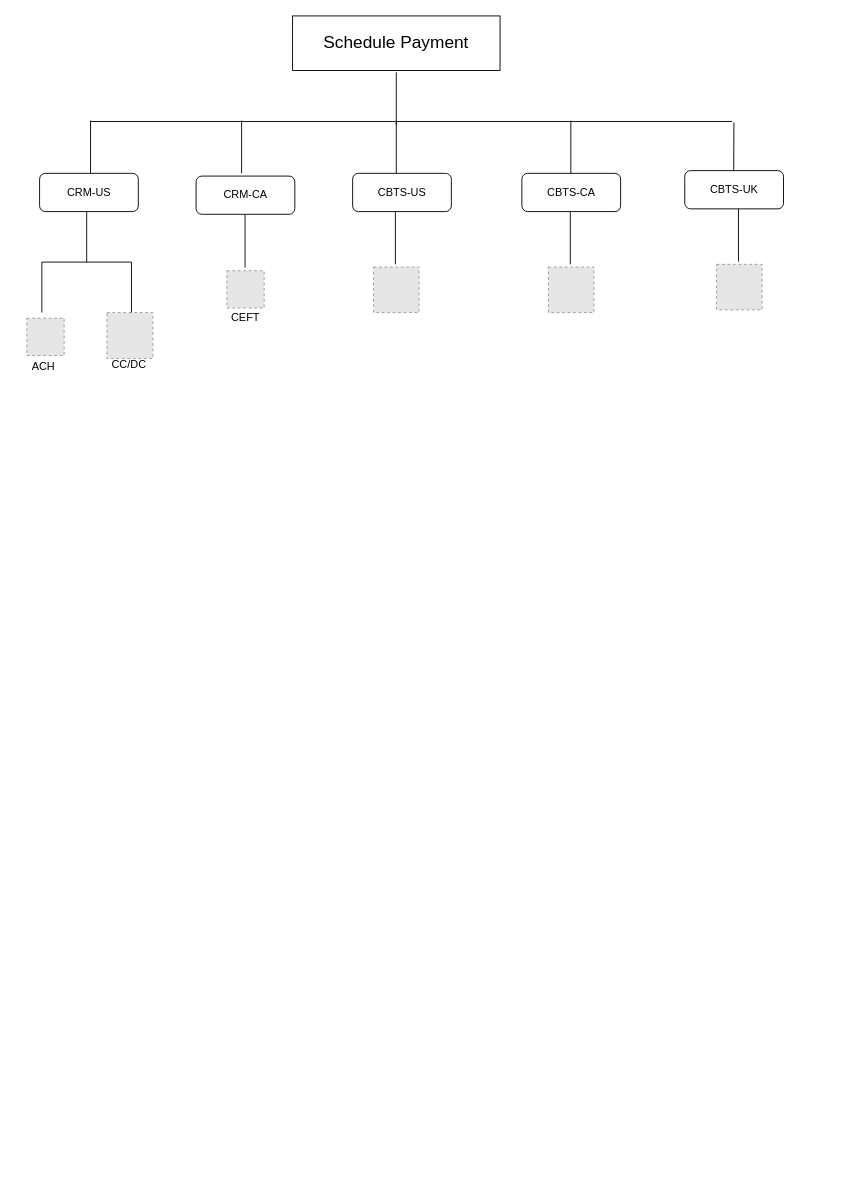
Above: SchedulePayment.drawio in DeepakSagare/Deisgn (draw.io), before the change. Source tidied: cells renumbered, new cells numbered last; positions are measured from the earlier drawing's top-left corner, leaving out a move shared by most shapes. Both pictures are drawn from the tidied source at 91%, with x=0, y=0 at pixel (26, 15). Pictures stored in the file or linked from it are replaced by grey dashed boxes.
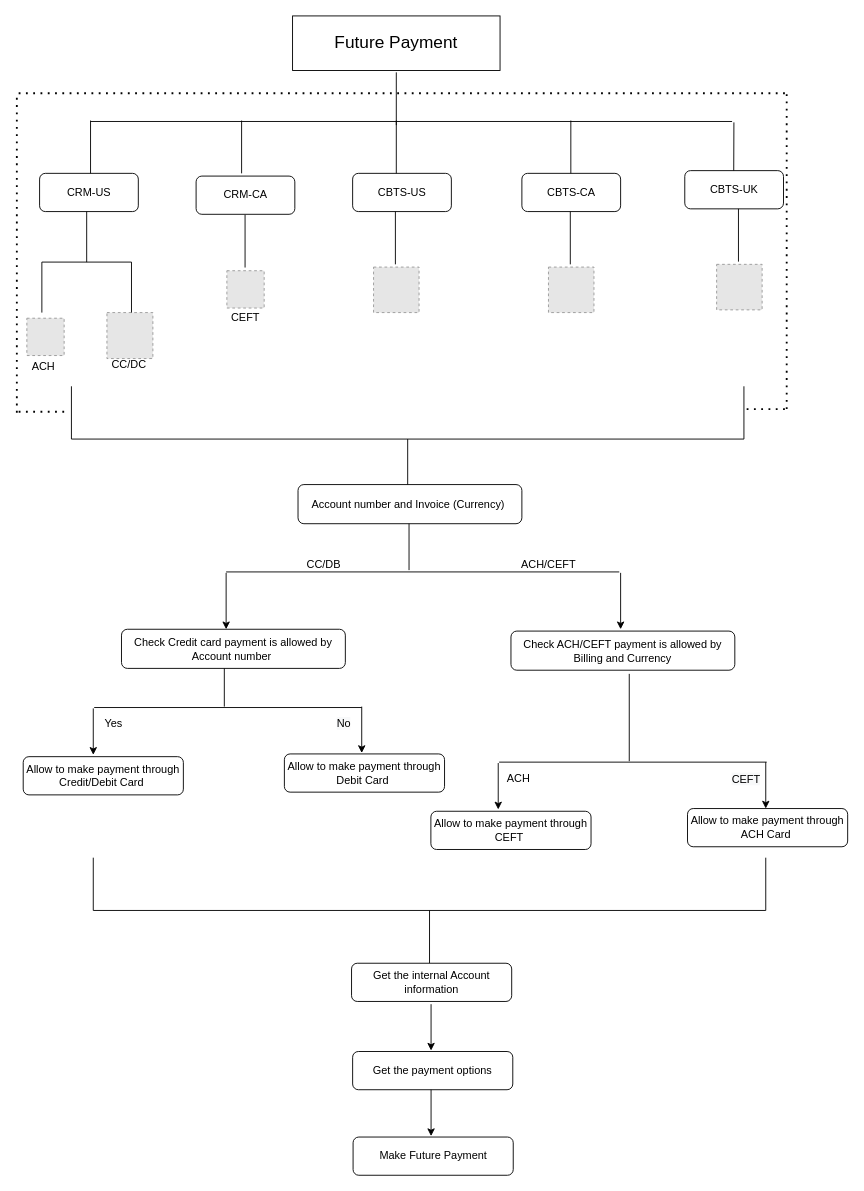
The same diagram, later.

Diff of the diagram source:
```diff
@@
-    <mxCell id="11" value="&lt;font style=&quot;font-size: 19px&quot;&gt;Schedule Payment&lt;/font&gt;" style="rounded=0;whiteSpace=wrap;html=1;" parent="1" vertex="1">
+    <mxCell id="11" value="&lt;font style=&quot;font-size: 19px&quot;&gt;Future Payment&lt;/font&gt;" style="rounded=0;whiteSpace=wrap;html=1;" parent="1" vertex="1">
       <mxGeometry x="292" width="228" height="60" as="geometry" />
     </mxCell>
@@
+    <mxCell id="29" style="endArrow=none;dashed=1;html=1;dashPattern=1 3;strokeWidth=2;" parent="1" edge="1">
+      <mxGeometry relative="1" as="geometry">
+        <mxPoint x="-9" y="85" as="sourcePoint" />
+        <mxPoint x="837" y="85" as="targetPoint" />
+      </mxGeometry>
+    </mxCell>
+    <mxCell id="30" style="endArrow=none;dashed=1;html=1;dashPattern=1 3;strokeWidth=2;" parent="1" edge="1">
+      <mxGeometry relative="1" as="geometry">
+        <mxPoint x="-9" y="435" as="sourcePoint" />
+        <mxPoint x="47" y="435" as="targetPoint" />
+      </mxGeometry>
+    </mxCell>
+    <mxCell id="31" style="endArrow=none;dashed=1;html=1;dashPattern=1 3;strokeWidth=2;" parent="1" edge="1">
+      <mxGeometry relative="1" as="geometry">
+        <mxPoint x="-11" y="436" as="sourcePoint" />
+        <mxPoint x="-11" y="84" as="targetPoint" />
+      </mxGeometry>
+    </mxCell>
+    <mxCell id="32" style="endArrow=none;dashed=1;html=1;dashPattern=1 3;strokeWidth=2;" parent="1" edge="1">
+      <mxGeometry relative="1" as="geometry">
+        <mxPoint x="835" y="432" as="sourcePoint" />
+        <mxPoint x="835" y="80" as="targetPoint" />
+      </mxGeometry>
+    </mxCell>
+    <mxCell id="33" style="strokeWidth=1;html=1;shape=mxgraph.flowchart.annotation_2;align=left;labelPosition=right;direction=north;" parent="1" vertex="1">
+      <mxGeometry x="49" y="407" width="739" height="116" as="geometry" />
+    </mxCell>
+    <mxCell id="34" style="endArrow=none;dashed=1;html=1;dashPattern=1 3;strokeWidth=2;" parent="1" edge="1">
+      <mxGeometry relative="1" as="geometry">
+        <mxPoint x="791" y="432" as="sourcePoint" />
+        <mxPoint x="839" y="432" as="targetPoint" />
+      </mxGeometry>
+    </mxCell>
+    <mxCell id="35" value="Account number and Invoice (Currency)&amp;nbsp;" style="rounded=1;whiteSpace=wrap;html=1;" parent="1" vertex="1">
+      <mxGeometry x="298" y="515" width="246" height="43" as="geometry" />
+    </mxCell>
+    <mxCell id="36" style="endArrow=none;html=1;" parent="1" edge="1">
+      <mxGeometry relative="1" as="geometry">
+        <mxPoint x="420" y="609" as="sourcePoint" />
+        <mxPoint x="420" y="558" as="targetPoint" />
+      </mxGeometry>
+    </mxCell>
+    <mxCell id="37" style="endArrow=none;html=1;" parent="1" edge="1">
+      <mxGeometry relative="1" as="geometry">
+        <mxPoint x="219" y="611" as="sourcePoint" />
+        <mxPoint x="651" y="611" as="targetPoint" />
+      </mxGeometry>
+    </mxCell>
+    <mxCell id="38" value="CC/DB" style="text;html=1;align=center;verticalAlign=middle;" parent="1" vertex="1">
+      <mxGeometry x="302" y="594" width="48" height="18" as="geometry" />
+    </mxCell>
+    <mxCell id="39" value="ACH/CEFT" style="text;html=1;align=center;verticalAlign=middle;" parent="1" vertex="1">
+      <mxGeometry x="538" y="594" width="70" height="18" as="geometry" />
+    </mxCell>
+    <mxCell id="40" style="endArrow=classic;html=1;" parent="1" edge="1">
+      <mxGeometry relative="1" as="geometry">
+        <mxPoint x="219" y="612" as="sourcePoint" />
+        <mxPoint x="219" y="674" as="targetPoint" />
+      </mxGeometry>
+    </mxCell>
+    <mxCell id="41" style="endArrow=classic;html=1;" parent="1" edge="1">
+      <mxGeometry relative="1" as="geometry">
+        <mxPoint x="652.5" y="612" as="sourcePoint" />
+        <mxPoint x="652.5" y="674" as="targetPoint" />
+      </mxGeometry>
+    </mxCell>
+    <mxCell id="42" value="Check Credit card payment is allowed by Account number&amp;nbsp;" style="rounded=1;whiteSpace=wrap;html=1;" parent="1" vertex="1">
+      <mxGeometry x="104" y="674" width="246" height="43" as="geometry" />
+    </mxCell>
+    <mxCell id="43" style="endArrow=classic;html=1;" parent="1" edge="1">
+      <mxGeometry relative="1" as="geometry">
+        <mxPoint x="73" y="761" as="sourcePoint" />
+        <mxPoint x="73" y="812" as="targetPoint" />
+      </mxGeometry>
+    </mxCell>
+    <mxCell id="44" style="endArrow=none;html=1;" parent="1" edge="1">
+      <mxGeometry relative="1" as="geometry">
+        <mxPoint x="217" y="759" as="sourcePoint" />
+        <mxPoint x="217" y="717" as="targetPoint" />
+      </mxGeometry>
+    </mxCell>
+    <mxCell id="45" style="endArrow=none;html=1;" parent="1" edge="1">
+      <mxGeometry relative="1" as="geometry">
+        <mxPoint x="74" y="760" as="sourcePoint" />
+        <mxPoint x="368" y="760" as="targetPoint" />
+      </mxGeometry>
+    </mxCell>
+    <mxCell id="46" style="endArrow=classic;html=1;" parent="1" edge="1">
+      <mxGeometry relative="1" as="geometry">
+        <mxPoint x="368" y="759" as="sourcePoint" />
+        <mxPoint x="368" y="810" as="targetPoint" />
+      </mxGeometry>
+    </mxCell>
+    <mxCell id="47" value="Yes" style="text;html=1;align=center;verticalAlign=middle;" parent="1" vertex="1">
+      <mxGeometry x="80" y="769" width="29" height="18" as="geometry" />
+    </mxCell>
+    <mxCell id="48" value="&lt;span style=&quot;color: rgb(0 , 0 , 0) ; font-family: &amp;#34;helvetica&amp;#34; ; font-size: 12px ; font-style: normal ; font-weight: 400 ; letter-spacing: normal ; text-align: center ; text-indent: 0px ; text-transform: none ; word-spacing: 0px ; background-color: rgb(248 , 249 , 250) ; display: inline ; float: none&quot;&gt;No&lt;/span&gt;" style="text;whiteSpace=wrap;html=1;" parent="1" vertex="1">
+      <mxGeometry x="339" y="764" width="39" height="28" as="geometry" />
+    </mxCell>
+    <mxCell id="49" value="&lt;p class=&quot;MsoNormal&quot;&gt;Allow to make payment through&lt;br&gt;Debit Card&amp;nbsp;&lt;/p&gt;" style="rounded=1;whiteSpace=wrap;html=1;" parent="1" vertex="1">
+      <mxGeometry x="283" y="811" width="176" height="42" as="geometry" />
+    </mxCell>
+    <mxCell id="50" value="Check ACH/CEFT payment is allowed by Billing and Currency" style="rounded=1;whiteSpace=wrap;html=1;" parent="1" vertex="1">
+      <mxGeometry x="532" y="676" width="246" height="43" as="geometry" />
+    </mxCell>
+    <mxCell id="51" style="endArrow=classic;html=1;" parent="1" edge="1">
+      <mxGeometry relative="1" as="geometry">
+        <mxPoint x="518" y="821" as="sourcePoint" />
+        <mxPoint x="518" y="872" as="targetPoint" />
+      </mxGeometry>
+    </mxCell>
+    <mxCell id="52" style="endArrow=none;html=1;" parent="1" edge="1">
+      <mxGeometry relative="1" as="geometry">
+        <mxPoint x="662" y="819" as="sourcePoint" />
+        <mxPoint x="662" y="723" as="targetPoint" />
+      </mxGeometry>
+    </mxCell>
+    <mxCell id="53" style="endArrow=none;html=1;" parent="1" edge="1">
+      <mxGeometry relative="1" as="geometry">
+        <mxPoint x="519" y="820" as="sourcePoint" />
+        <mxPoint x="813" y="820" as="targetPoint" />
+      </mxGeometry>
+    </mxCell>
+    <mxCell id="54" value="ACH" style="text;html=1;align=center;verticalAlign=middle;" parent="1" vertex="1">
+      <mxGeometry x="522" y="829" width="36" height="18" as="geometry" />
+    </mxCell>
+    <mxCell id="55" value="&lt;span style=&quot;color: rgb(0 , 0 , 0) ; font-family: &amp;#34;helvetica&amp;#34; ; font-size: 12px ; font-style: normal ; font-weight: 400 ; letter-spacing: normal ; text-align: center ; text-indent: 0px ; text-transform: none ; word-spacing: 0px ; background-color: rgb(248 , 249 , 250) ; display: inline ; float: none&quot;&gt;CEFT&lt;/span&gt;" style="text;whiteSpace=wrap;html=1;" parent="1" vertex="1">
+      <mxGeometry x="773" y="825" width="39" height="26" as="geometry" />
+    </mxCell>
+    <mxCell id="56" value="&lt;p class=&quot;MsoNormal&quot;&gt;Allow to make payment through&lt;br&gt;CEFT&amp;nbsp;&lt;/p&gt;" style="rounded=1;whiteSpace=wrap;html=1;" parent="1" vertex="1">
+      <mxGeometry x="444" y="874" width="176" height="42" as="geometry" />
+    </mxCell>
+    <mxCell id="57" style="endArrow=classic;html=1;" parent="1" edge="1">
+      <mxGeometry relative="1" as="geometry">
+        <mxPoint x="812" y="820" as="sourcePoint" />
+        <mxPoint x="812" y="871" as="targetPoint" />
+      </mxGeometry>
+    </mxCell>
+    <mxCell id="58" style="strokeWidth=1;html=1;shape=mxgraph.flowchart.annotation_2;align=left;labelPosition=right;direction=north;" parent="1" vertex="1">
+      <mxGeometry x="73" y="925" width="739" height="116" as="geometry" />
+    </mxCell>
+    <mxCell id="59" value="&lt;p class=&quot;MsoNormal&quot;&gt;Get the internal Account information&lt;/p&gt;" style="rounded=1;whiteSpace=wrap;html=1;" parent="1" vertex="1">
+      <mxGeometry x="356.8" y="1041" width="176" height="42" as="geometry" />
+    </mxCell>
+    <mxCell id="60" style="endArrow=classic;html=1;" parent="1" edge="1">
+      <mxGeometry relative="1" as="geometry">
+        <mxPoint x="444.2" y="1086" as="sourcePoint" />
+        <mxPoint x="444.2" y="1137" as="targetPoint" />
+      </mxGeometry>
+    </mxCell>
+    <mxCell id="61" value="&lt;p class=&quot;MsoNormal&quot;&gt;Get the payment options&lt;/p&gt;" style="rounded=1;whiteSpace=wrap;html=1;" parent="1" vertex="1">
+      <mxGeometry x="358" y="1138" width="176" height="42" as="geometry" />
+    </mxCell>
+    <mxCell id="62" style="endArrow=classic;html=1;" parent="1" edge="1">
+      <mxGeometry relative="1" as="geometry">
+        <mxPoint x="444.2" y="1180" as="sourcePoint" />
+        <mxPoint x="444.2" y="1231" as="targetPoint" />
+      </mxGeometry>
+    </mxCell>
+    <mxCell id="63" value="&lt;p class=&quot;MsoNormal&quot;&gt;Make Future Payment&lt;/p&gt;" style="rounded=1;whiteSpace=wrap;html=1;" parent="1" vertex="1">
+      <mxGeometry x="358.5" y="1232" width="176" height="42" as="geometry" />
+    </mxCell>
+    <mxCell id="64" value="&lt;p class=&quot;MsoNormal&quot;&gt;Allow to make payment through&lt;br/&gt;Credit/Debit Card&amp;nbsp;&lt;/p&gt;" style="rounded=1;whiteSpace=wrap;html=1;" parent="1" vertex="1">
+      <mxGeometry x="-4" y="814" width="176" height="42" as="geometry" />
+    </mxCell>
+    <mxCell id="65" value="&lt;p class=&quot;MsoNormal&quot;&gt;Allow to make payment through&lt;br&gt;ACH Card&amp;nbsp;&lt;/p&gt;" style="rounded=1;whiteSpace=wrap;html=1;" parent="1" vertex="1">
+      <mxGeometry x="726" y="871" width="176" height="42" as="geometry" />
+    </mxCell>
```
